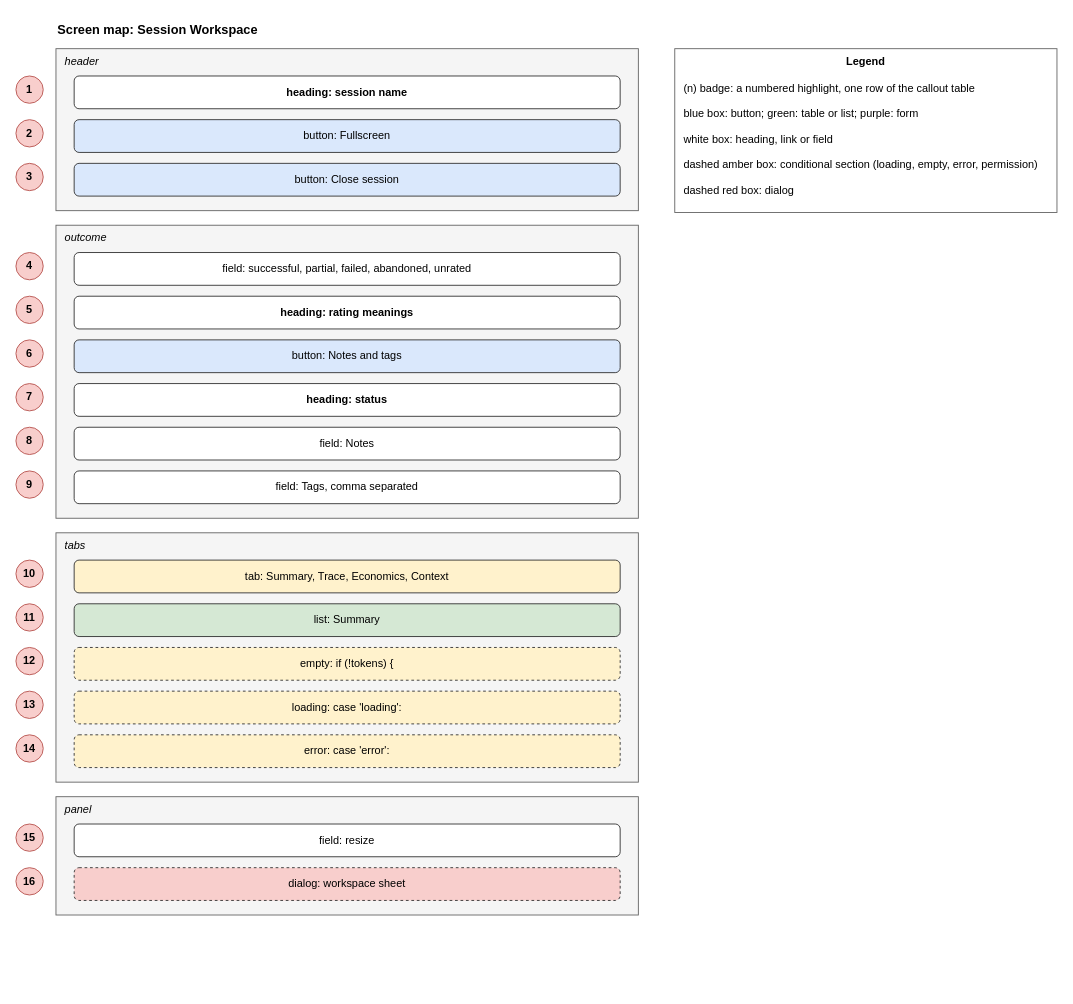
Earlier version of the draw.io diagram docs/brain/architecture/drawio/drawio-screen-session-workspace.drawio (GeorgiNaydenov/LocalTokenomics). Source tidied: cells renumbered, new cells numbered last; positions are measured from the earlier drawing's top-left corner, leaving out a move shared by most shapes. Both pictures are drawn from the tidied source at 91%, with x=0, y=0 at pixel (15, 15).
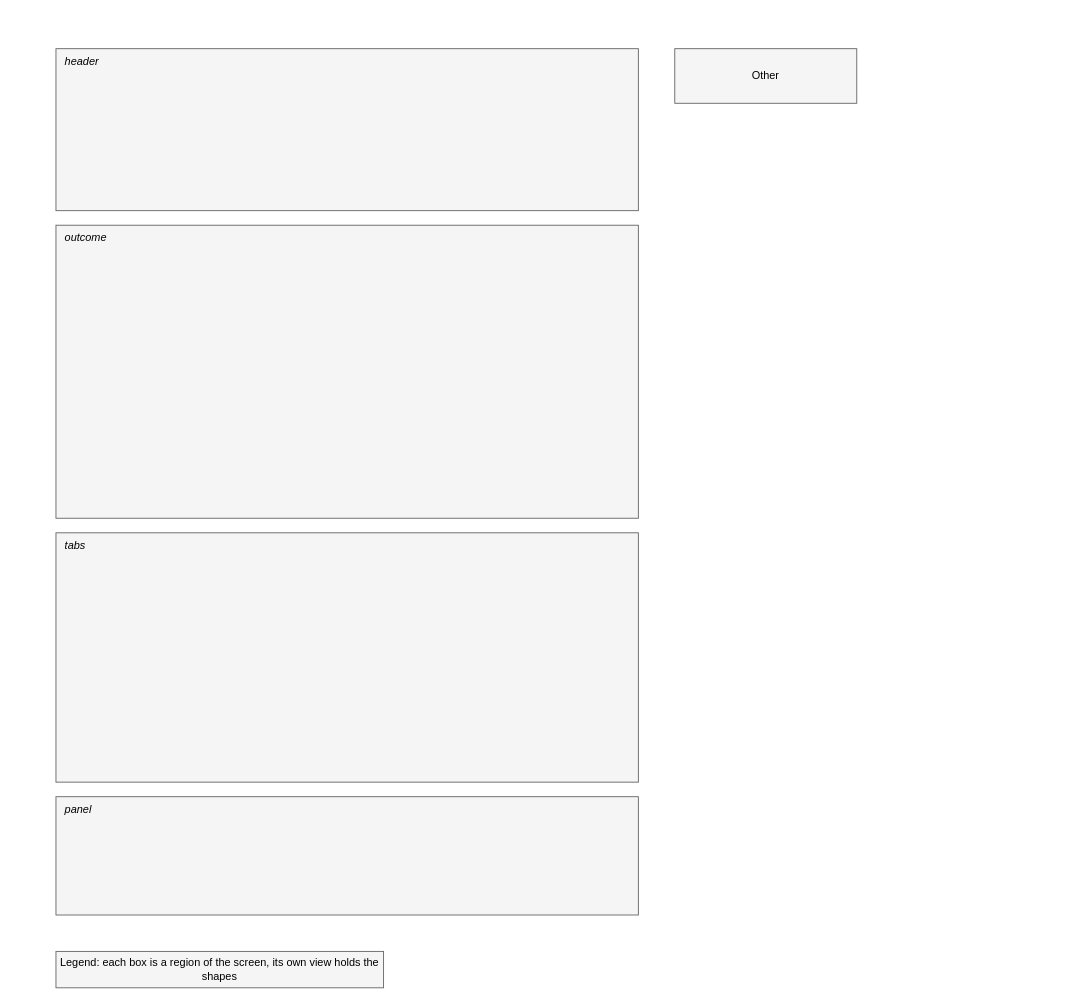
The same page after the edit.

The change refers to these unchanged cells:
```xml
<mxCell id="3" value="header" style="rounded=0;whiteSpace=wrap;html=0;fillColor=#f5f5f5;strokeColor=#666666;verticalAlign=top;align=left;spacingLeft=8;fontStyle=2;" parent="1" vertex="1">
  <mxGeometry x="44" y="36" width="640" height="178" as="geometry" />
</mxCell>
<mxCell id="10" value="outcome" style="rounded=0;whiteSpace=wrap;html=0;fillColor=#f5f5f5;strokeColor=#666666;verticalAlign=top;align=left;spacingLeft=8;fontStyle=2;" parent="1" vertex="1">
  <mxGeometry x="44" y="230" width="640" height="322" as="geometry" />
</mxCell>
<mxCell id="23" value="tabs" style="rounded=0;whiteSpace=wrap;html=0;fillColor=#f5f5f5;strokeColor=#666666;verticalAlign=top;align=left;spacingLeft=8;fontStyle=2;" parent="1" vertex="1">
  <mxGeometry x="44" y="568" width="640" height="274" as="geometry" />
</mxCell>
<mxCell id="34" value="panel" style="rounded=0;whiteSpace=wrap;html=0;fillColor=#f5f5f5;strokeColor=#666666;verticalAlign=top;align=left;spacingLeft=8;fontStyle=2;" parent="1" vertex="1">
  <mxGeometry x="44" y="858" width="640" height="130" as="geometry" />
</mxCell>
```

What changed in the source:
```diff
@@
-    <mxCell id="2" value="Screen map: Session Workspace" style="text;html=0;fontStyle=1;fontSize=14;align=left;" parent="1" vertex="1">
-      <mxGeometry x="44" width="500" height="24" as="geometry" />
-    </mxCell>
@@
-    <mxCell id="4" value="heading: session name" style="rounded=1;whiteSpace=wrap;html=0;fillColor=#ffffff;strokeColor=#333333;fontStyle=1;" parent="3" vertex="1">
-      <mxGeometry x="20" y="30" width="600" height="36" as="geometry" />
-    </mxCell>
-    <mxCell id="5" value="1" style="ellipse;whiteSpace=wrap;html=0;fillColor=#f8cecc;strokeColor=#b85450;fontStyle=1;" parent="1" vertex="1">
-      <mxGeometry y="66" width="30" height="30" as="geometry" />
-    </mxCell>
-    <mxCell id="6" value="button: Fullscreen" style="rounded=1;whiteSpace=wrap;html=0;fillColor=#dae8fc;strokeColor=#333333;" parent="3" vertex="1">
-      <mxGeometry x="20" y="78" width="600" height="36" as="geometry" />
-    </mxCell>
-    <mxCell id="7" value="2" style="ellipse;whiteSpace=wrap;html=0;fillColor=#f8cecc;strokeColor=#b85450;fontStyle=1;" parent="1" vertex="1">
-      <mxGeometry y="114" width="30" height="30" as="geometry" />
-    </mxCell>
-    <mxCell id="8" value="button: Close session" style="rounded=1;whiteSpace=wrap;html=0;fillColor=#dae8fc;strokeColor=#333333;" parent="3" vertex="1">
-      <mxGeometry x="20" y="126" width="600" height="36" as="geometry" />
-    </mxCell>
-    <mxCell id="9" value="3" style="ellipse;whiteSpace=wrap;html=0;fillColor=#f8cecc;strokeColor=#b85450;fontStyle=1;" parent="1" vertex="1">
-      <mxGeometry y="162" width="30" height="30" as="geometry" />
-    </mxCell>
@@
-    <mxCell id="11" value="field: successful, partial, failed, abandoned, unrated" style="rounded=1;whiteSpace=wrap;html=0;fillColor=#ffffff;strokeColor=#333333;" parent="10" vertex="1">
-      <mxGeometry x="20" y="30" width="600" height="36" as="geometry" />
-    </mxCell>
-    <mxCell id="12" value="4" style="ellipse;whiteSpace=wrap;html=0;fillColor=#f8cecc;strokeColor=#b85450;fontStyle=1;" parent="1" vertex="1">
-      <mxGeometry y="260" width="30" height="30" as="geometry" />
-    </mxCell>
-    <mxCell id="13" value="heading: rating meanings" style="rounded=1;whiteSpace=wrap;html=0;fillColor=#ffffff;strokeColor=#333333;fontStyle=1;" parent="10" vertex="1">
-      <mxGeometry x="20" y="78" width="600" height="36" as="geometry" />
-    </mxCell>
-    <mxCell id="14" value="5" style="ellipse;whiteSpace=wrap;html=0;fillColor=#f8cecc;strokeColor=#b85450;fontStyle=1;" parent="1" vertex="1">
-      <mxGeometry y="308" width="30" height="30" as="geometry" />
-    </mxCell>
-    <mxCell id="15" value="button: Notes and tags" style="rounded=1;whiteSpace=wrap;html=0;fillColor=#dae8fc;strokeColor=#333333;" parent="10" vertex="1">
-      <mxGeometry x="20" y="126" width="600" height="36" as="geometry" />
-    </mxCell>
-    <mxCell id="16" value="6" style="ellipse;whiteSpace=wrap;html=0;fillColor=#f8cecc;strokeColor=#b85450;fontStyle=1;" parent="1" vertex="1">
-      <mxGeometry y="356" width="30" height="30" as="geometry" />
-    </mxCell>
-    <mxCell id="17" value="heading: status" style="rounded=1;whiteSpace=wrap;html=0;fillColor=#ffffff;strokeColor=#333333;fontStyle=1;" parent="10" vertex="1">
-      <mxGeometry x="20" y="174" width="600" height="36" as="geometry" />
-    </mxCell>
-    <mxCell id="18" value="7" style="ellipse;whiteSpace=wrap;html=0;fillColor=#f8cecc;strokeColor=#b85450;fontStyle=1;" parent="1" vertex="1">
-      <mxGeometry y="404" width="30" height="30" as="geometry" />
-    </mxCell>
-    <mxCell id="19" value="field: Notes" style="rounded=1;whiteSpace=wrap;html=0;fillColor=#ffffff;strokeColor=#333333;" parent="10" vertex="1">
-      <mxGeometry x="20" y="222" width="600" height="36" as="geometry" />
-    </mxCell>
-    <mxCell id="20" value="8" style="ellipse;whiteSpace=wrap;html=0;fillColor=#f8cecc;strokeColor=#b85450;fontStyle=1;" parent="1" vertex="1">
-      <mxGeometry y="452" width="30" height="30" as="geometry" />
-    </mxCell>
-    <mxCell id="21" value="field: Tags, comma separated" style="rounded=1;whiteSpace=wrap;html=0;fillColor=#ffffff;strokeColor=#333333;" parent="10" vertex="1">
-      <mxGeometry x="20" y="270" width="600" height="36" as="geometry" />
-    </mxCell>
-    <mxCell id="22" value="9" style="ellipse;whiteSpace=wrap;html=0;fillColor=#f8cecc;strokeColor=#b85450;fontStyle=1;" parent="1" vertex="1">
-      <mxGeometry y="500" width="30" height="30" as="geometry" />
-    </mxCell>
@@
-    <mxCell id="24" value="tab: Summary, Trace, Economics, Context" style="rounded=1;whiteSpace=wrap;html=0;fillColor=#fff2cc;strokeColor=#333333;" parent="23" vertex="1">
-      <mxGeometry x="20" y="30" width="600" height="36" as="geometry" />
-    </mxCell>
-    <mxCell id="25" value="10" style="ellipse;whiteSpace=wrap;html=0;fillColor=#f8cecc;strokeColor=#b85450;fontStyle=1;" parent="1" vertex="1">
-      <mxGeometry y="598" width="30" height="30" as="geometry" />
-    </mxCell>
-    <mxCell id="26" value="list: Summary" style="rounded=1;whiteSpace=wrap;html=0;fillColor=#d5e8d4;strokeColor=#333333;" parent="23" vertex="1">
-      <mxGeometry x="20" y="78" width="600" height="36" as="geometry" />
-    </mxCell>
-    <mxCell id="27" value="11" style="ellipse;whiteSpace=wrap;html=0;fillColor=#f8cecc;strokeColor=#b85450;fontStyle=1;" parent="1" vertex="1">
-      <mxGeometry y="646" width="30" height="30" as="geometry" />
-    </mxCell>
-    <mxCell id="28" value="empty: if (!tokens) {" style="rounded=1;whiteSpace=wrap;html=0;fillColor=#fff2cc;strokeColor=#333333;dashed=1;" parent="23" vertex="1">
-      <mxGeometry x="20" y="126" width="600" height="36" as="geometry" />
-    </mxCell>
-    <mxCell id="29" value="12" style="ellipse;whiteSpace=wrap;html=0;fillColor=#f8cecc;strokeColor=#b85450;fontStyle=1;" parent="1" vertex="1">
-      <mxGeometry y="694" width="30" height="30" as="geometry" />
-    </mxCell>
-    <mxCell id="30" value="loading: case 'loading':" style="rounded=1;whiteSpace=wrap;html=0;fillColor=#fff2cc;strokeColor=#333333;dashed=1;" parent="23" vertex="1">
-      <mxGeometry x="20" y="174" width="600" height="36" as="geometry" />
-    </mxCell>
-    <mxCell id="31" value="13" style="ellipse;whiteSpace=wrap;html=0;fillColor=#f8cecc;strokeColor=#b85450;fontStyle=1;" parent="1" vertex="1">
-      <mxGeometry y="742" width="30" height="30" as="geometry" />
-    </mxCell>
-    <mxCell id="32" value="error: case 'error':" style="rounded=1;whiteSpace=wrap;html=0;fillColor=#fff2cc;strokeColor=#333333;dashed=1;" parent="23" vertex="1">
-      <mxGeometry x="20" y="222" width="600" height="36" as="geometry" />
-    </mxCell>
-    <mxCell id="33" value="14" style="ellipse;whiteSpace=wrap;html=0;fillColor=#f8cecc;strokeColor=#b85450;fontStyle=1;" parent="1" vertex="1">
-      <mxGeometry y="790" width="30" height="30" as="geometry" />
-    </mxCell>
@@
-    <mxCell id="35" value="field: resize" style="rounded=1;whiteSpace=wrap;html=0;fillColor=#ffffff;strokeColor=#333333;" parent="34" vertex="1">
-      <mxGeometry x="20" y="30" width="600" height="36" as="geometry" />
-    </mxCell>
-    <mxCell id="36" value="15" style="ellipse;whiteSpace=wrap;html=0;fillColor=#f8cecc;strokeColor=#b85450;fontStyle=1;" parent="1" vertex="1">
-      <mxGeometry y="888" width="30" height="30" as="geometry" />
-    </mxCell>
-    <mxCell id="37" value="dialog: workspace sheet" style="rounded=1;whiteSpace=wrap;html=0;fillColor=#f8cecc;strokeColor=#333333;dashed=1;" parent="34" vertex="1">
-      <mxGeometry x="20" y="78" width="600" height="36" as="geometry" />
-    </mxCell>
-    <mxCell id="38" value="16" style="ellipse;whiteSpace=wrap;html=0;fillColor=#f8cecc;strokeColor=#b85450;fontStyle=1;" parent="1" vertex="1">
-      <mxGeometry y="936" width="30" height="30" as="geometry" />
-    </mxCell>
-    <mxCell id="39" value="Legend" style="rounded=0;whiteSpace=wrap;html=0;fillColor=#ffffff;strokeColor=#666666;verticalAlign=top;fontStyle=1;" parent="1" vertex="1">
-      <mxGeometry x="724" y="36" width="420" height="180" as="geometry" />
-    </mxCell>
-    <mxCell id="40" value="(n) badge: a numbered highlight, one row of the callout table" style="text;html=0;align=left;whiteSpace=wrap;" parent="39" vertex="1">
-      <mxGeometry x="8" y="30" width="400" height="24" as="geometry" />
-    </mxCell>
-    <mxCell id="41" value="blue box: button; green: table or list; purple: form" style="text;html=0;align=left;whiteSpace=wrap;" parent="39" vertex="1">
-      <mxGeometry x="8" y="58" width="400" height="24" as="geometry" />
-    </mxCell>
-    <mxCell id="42" value="white box: heading, link or field" style="text;html=0;align=left;whiteSpace=wrap;" parent="39" vertex="1">
-      <mxGeometry x="8" y="86" width="400" height="24" as="geometry" />
-    </mxCell>
-    <mxCell id="43" value="dashed amber box: conditional section (loading, empty, error, permission)" style="text;html=0;align=left;whiteSpace=wrap;" parent="39" vertex="1">
-      <mxGeometry x="8" y="114" width="400" height="24" as="geometry" />
-    </mxCell>
-    <mxCell id="44" value="dashed red box: dialog" style="text;html=0;align=left;whiteSpace=wrap;" parent="39" vertex="1">
-      <mxGeometry x="8" y="142" width="400" height="24" as="geometry" />
-    </mxCell>
+    <mxCell id="45" value="Other" style="rounded=0;whiteSpace=wrap;html=1;fillColor=#F5F5F5;strokeColor=#666666;fontColor=#000000;" parent="1" vertex="1">
+      <mxGeometry x="724" y="36" width="200" height="60" as="geometry" />
+    </mxCell>
+    <mxCell id="46" value="Legend: each box is a region of the screen, its own view holds the shapes" style="rounded=0;whiteSpace=wrap;html=1;fillColor=#F5F5F5;strokeColor=#666666;fontColor=#000000;" parent="1" vertex="1">
+      <mxGeometry x="44" y="1028" width="360" height="40" as="geometry" />
+    </mxCell>
```
